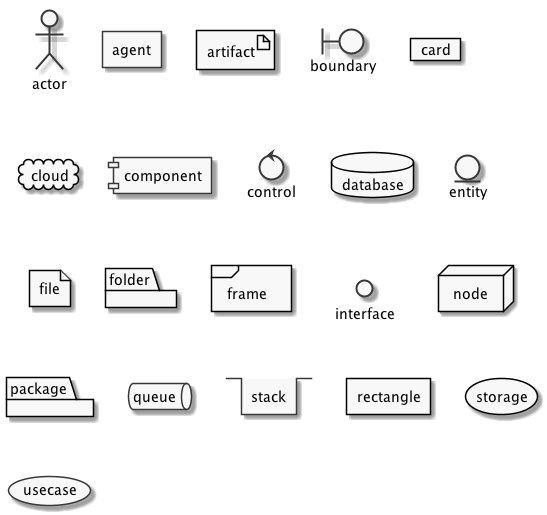
This is doc/deployment-diagram/deployment-diagram.plantuml.png from joelparkerhenderson/plantuml-examples, a PlantUML export, as it was before one commit.
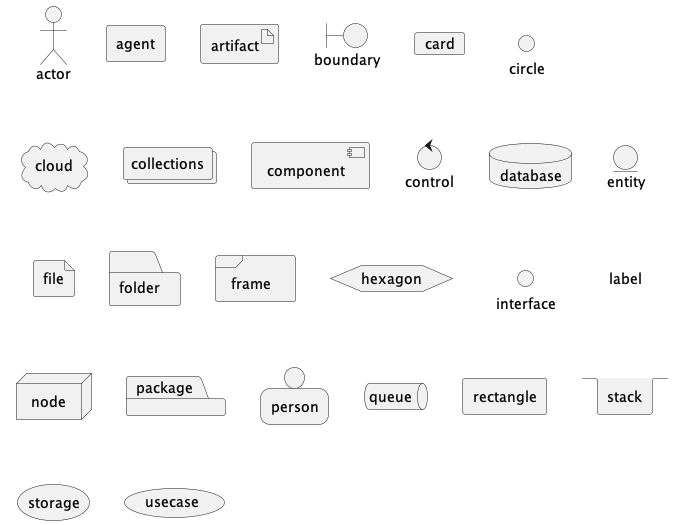
After the commit.

Commit message:
Add more deployment diagram items

Diff of the diagram source:
```diff
@@ -5,7 +5,9 @@
 artifact artifact
 boundary boundary
 card card
+circle circle
 cloud cloud
+collections collections
 component component
 control control
 database database
@@ -13,12 +15,15 @@
 file file
 folder folder
 frame frame
-interface  interface
+hexagon hexagon
+interface interface
+label label
 node node
 package package
+person person
 queue queue
+rectangle rectangle
 stack stack
-rectangle rectangle
 storage storage
 usecase usecase
 @enduml
```
